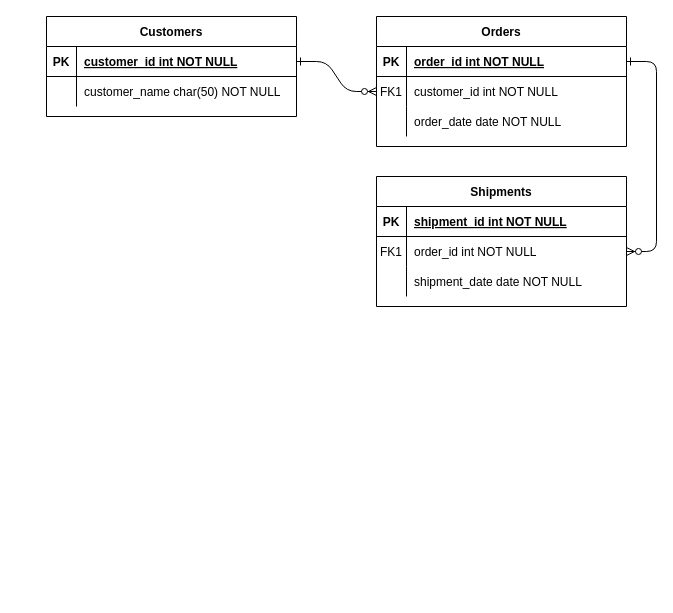
Above: Untitled Diagram.drawio in girlsgotech/JOBPLUS_PROJECT (draw.io), before the change. Source tidied: cells renumbered, new cells numbered last; positions are measured from the earlier drawing's top-left corner, leaving out a move shared by most shapes. Both pictures are drawn from the tidied source at 100%, with x=0, y=0 at pixel (46, 16).
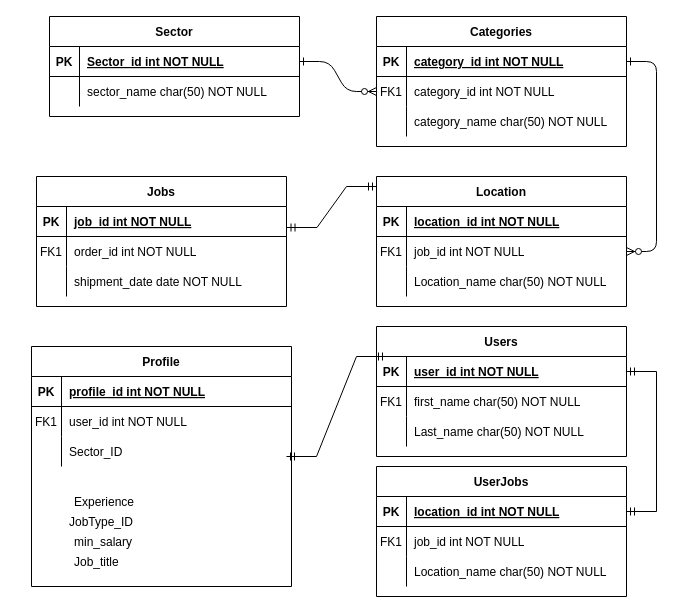
After the change.

The change refers to these unchanged cells:
```xml
<mxCell id="5" style="shape=partialRectangle;fillColor=none;points=[[0,0.5],[1,0.5]];portConstraint=eastwest;top=0;left=0;right=0;bottom=1;" parent="4" vertex="1">
  <mxGeometry y="30" width="250" height="30" as="geometry" />
</mxCell>
<mxCell id="8" style="shape=partialRectangle;fillColor=none;points=[[0,0.5],[1,0.5]];portConstraint=eastwest;top=0;left=0;right=0;bottom=0;" parent="4" vertex="1">
  <mxGeometry y="60" width="250" height="30" as="geometry" />
</mxCell>
<mxCell id="11" style="shape=partialRectangle;fillColor=none;top=0;left=0;right=0;bottom=0;" parent="4" vertex="1">
  <mxGeometry y="90" width="250" height="30" as="geometry" />
</mxCell>
<mxCell id="15" style="shape=partialRectangle;fillColor=none;top=0;left=0;right=0;bottom=1;" parent="14" vertex="1">
  <mxGeometry y="30" width="250" height="30" as="geometry" />
</mxCell>
<mxCell id="18" style="shape=partialRectangle;fillColor=none;points=[[0,0.5],[1,0.5]];portConstraint=eastwest;top=0;left=0;right=0;bottom=0;" parent="14" vertex="1">
  <mxGeometry y="60" width="250" height="30" as="geometry" />
</mxCell>
<mxCell id="21" style="shape=partialRectangle;fillColor=none;top=0;left=0;right=0;bottom=0;" parent="14" vertex="1">
  <mxGeometry y="90" width="250" height="30" as="geometry" />
</mxCell>
<mxCell id="25" style="shape=partialRectangle;fillColor=none;points=[[0,0.5],[1,0.5]];portConstraint=eastwest;top=0;left=0;right=0;bottom=1;" parent="24" vertex="1">
  <mxGeometry y="30" width="250" height="30" as="geometry" />
</mxCell>
<mxCell id="28" style="shape=partialRectangle;fillColor=none;top=0;left=0;right=0;bottom=0;" parent="24" vertex="1">
  <mxGeometry y="60" width="250" height="30" as="geometry" />
</mxCell>
```

Diff of the diagram source:
```diff
@@
-    <mxCell id="4" value="Orders" style="shape=table;startSize=30;childLayout=tableLayout;rowLines=0;fontStyle=1;align=center;" parent="1" vertex="1">
+    <mxCell id="4" value="Categories" style="shape=table;startSize=30;childLayout=tableLayout;rowLines=0;fontStyle=1;align=center;" parent="1" vertex="1">
       <mxGeometry x="330" width="250" height="130" as="geometry" />
     </mxCell>
@@
-    <mxCell id="7" value="order_id int NOT NULL " style="shape=partialRectangle;overflow=hidden;fillColor=none;top=0;left=0;bottom=0;right=0;align=left;spacingLeft=6;fontStyle=5;" parent="5" vertex="1">
+    <mxCell id="7" value="category_id int NOT NULL " style="shape=partialRectangle;overflow=hidden;fillColor=none;top=0;left=0;bottom=0;right=0;align=left;spacingLeft=6;fontStyle=5;" parent="5" vertex="1">
       <mxGeometry x="30" width="220" height="30" as="geometry" />
     </mxCell>
@@
-    <mxCell id="10" value="customer_id int NOT NULL" style="shape=partialRectangle;overflow=hidden;fillColor=none;top=0;left=0;bottom=0;right=0;align=left;spacingLeft=6;" parent="8" vertex="1">
+    <mxCell id="10" value="category_id int NOT NULL" style="shape=partialRectangle;overflow=hidden;fillColor=none;top=0;left=0;bottom=0;right=0;align=left;spacingLeft=6;" parent="8" vertex="1">
       <mxGeometry x="30" width="220" height="30" as="geometry" />
     </mxCell>
@@
-    <mxCell id="13" value="order_date date NOT NULL" style="shape=partialRectangle;overflow=hidden;fillColor=none;top=0;left=0;bottom=0;right=0;align=left;spacingLeft=6;" parent="11" vertex="1">
+    <mxCell id="13" value="category_name char(50) NOT NULL" style="shape=partialRectangle;overflow=hidden;fillColor=none;top=0;left=0;bottom=0;right=0;align=left;spacingLeft=6;" parent="11" vertex="1">
       <mxGeometry x="30" width="220" height="30" as="geometry" />
     </mxCell>
-    <mxCell id="14" value="Shipments" style="shape=table;startSize=30;childLayout=tableLayout;rowLines=0;fontStyle=1;align=center;" parent="1" vertex="1">
+    <mxCell id="14" value="Location" style="shape=table;startSize=30;childLayout=tableLayout;rowLines=0;fontStyle=1;align=center;" parent="1" vertex="1">
       <mxGeometry x="330" y="160" width="250" height="130" as="geometry" />
     </mxCell>
@@
-    <mxCell id="17" value="shipment_id int NOT NULL " style="shape=partialRectangle;overflow=hidden;fillColor=none;top=0;left=0;bottom=0;right=0;align=left;spacingLeft=6;fontStyle=5;" parent="15" vertex="1">
+    <mxCell id="17" value="location_id int NOT NULL " style="shape=partialRectangle;overflow=hidden;fillColor=none;top=0;left=0;bottom=0;right=0;align=left;spacingLeft=6;fontStyle=5;" parent="15" vertex="1">
       <mxGeometry x="30" width="220" height="30" as="geometry" />
     </mxCell>
@@
-    <mxCell id="20" value="order_id int NOT NULL" style="shape=partialRectangle;overflow=hidden;fillColor=none;top=0;left=0;bottom=0;right=0;align=left;spacingLeft=6;" parent="18" vertex="1">
+    <mxCell id="20" value="job_id int NOT NULL" style="shape=partialRectangle;overflow=hidden;fillColor=none;top=0;left=0;bottom=0;right=0;align=left;spacingLeft=6;" parent="18" vertex="1">
       <mxGeometry x="30" width="220" height="30" as="geometry" />
     </mxCell>
@@
-    <mxCell id="23" value="shipment_date date NOT NULL" style="shape=partialRectangle;overflow=hidden;fillColor=none;top=0;left=0;bottom=0;right=0;align=left;spacingLeft=6;" parent="21" vertex="1">
+    <mxCell id="23" value="Location_name char(50) NOT NULL" style="shape=partialRectangle;overflow=hidden;fillColor=none;top=0;left=0;bottom=0;right=0;align=left;spacingLeft=6;" parent="21" vertex="1">
       <mxGeometry x="30" width="220" height="30" as="geometry" />
     </mxCell>
-    <mxCell id="24" value="Customers" style="shape=table;startSize=30;childLayout=tableLayout;rowLines=0;fontStyle=1;align=center;" parent="1" vertex="1">
-      <mxGeometry width="250" height="100" as="geometry" />
+    <mxCell id="24" value="Sector" style="shape=table;startSize=30;childLayout=tableLayout;rowLines=0;fontStyle=1;align=center;" parent="1" vertex="1">
+      <mxGeometry x="3" width="250" height="100" as="geometry" />
     </mxCell>
@@
-    <mxCell id="27" value="customer_id int NOT NULL " style="shape=partialRectangle;overflow=hidden;fillColor=none;top=0;left=0;bottom=0;right=0;align=left;spacingLeft=6;fontStyle=5;" parent="25" vertex="1">
+    <mxCell id="27" value="Sector_id int NOT NULL " style="shape=partialRectangle;overflow=hidden;fillColor=none;top=0;left=0;bottom=0;right=0;align=left;spacingLeft=6;fontStyle=5;" parent="25" vertex="1">
       <mxGeometry x="30" width="220" height="30" as="geometry" />
     </mxCell>
@@
-    <mxCell id="30" value="customer_name char(50) NOT NULL" style="shape=partialRectangle;overflow=hidden;fillColor=none;top=0;left=0;bottom=0;right=0;align=left;spacingLeft=6;" parent="28" vertex="1">
+    <mxCell id="30" value="sector_name char(50) NOT NULL" style="shape=partialRectangle;overflow=hidden;fillColor=none;top=0;left=0;bottom=0;right=0;align=left;spacingLeft=6;" parent="28" vertex="1">
       <mxGeometry x="30" width="220" height="30" as="geometry" />
     </mxCell>
+    <mxCell id="31" value="Jobs" style="shape=table;startSize=30;childLayout=tableLayout;rowLines=0;fontStyle=1;align=center;" parent="1" vertex="1">
+      <mxGeometry x="-10" y="160" width="250" height="130" as="geometry" />
+    </mxCell>
+    <mxCell id="32" style="shape=partialRectangle;fillColor=none;points=[[0,0.5],[1,0.5]];portConstraint=eastwest;top=0;left=0;right=0;bottom=1;" parent="31" vertex="1">
+      <mxGeometry y="30" width="250" height="30" as="geometry" />
+    </mxCell>
+    <mxCell id="33" value="PK" style="shape=partialRectangle;overflow=hidden;fillColor=none;top=0;left=0;bottom=0;right=0;fontStyle=1;" parent="32" vertex="1">
+      <mxGeometry width="30" height="30" as="geometry" />
+    </mxCell>
+    <mxCell id="34" value="job_id int NOT NULL " style="shape=partialRectangle;overflow=hidden;fillColor=none;top=0;left=0;bottom=0;right=0;align=left;spacingLeft=6;fontStyle=5;" parent="32" vertex="1">
+      <mxGeometry x="30" width="220" height="30" as="geometry" />
+    </mxCell>
+    <mxCell id="35" style="shape=partialRectangle;fillColor=none;top=0;left=0;right=0;bottom=0;" parent="31" vertex="1">
+      <mxGeometry y="60" width="250" height="30" as="geometry" />
+    </mxCell>
+    <mxCell id="36" value="FK1" style="shape=partialRectangle;overflow=hidden;fillColor=none;top=0;left=0;bottom=0;right=0;" parent="35" vertex="1">
+      <mxGeometry width="30" height="30" as="geometry" />
+    </mxCell>
+    <mxCell id="37" value="order_id int NOT NULL" style="shape=partialRectangle;overflow=hidden;fillColor=none;top=0;left=0;bottom=0;right=0;align=left;spacingLeft=6;" parent="35" vertex="1">
+      <mxGeometry x="30" width="220" height="30" as="geometry" />
+    </mxCell>
+    <mxCell id="38" style="shape=partialRectangle;fillColor=none;top=0;left=0;right=0;bottom=0;" parent="31" vertex="1">
+      <mxGeometry y="90" width="250" height="30" as="geometry" />
+    </mxCell>
+    <mxCell id="39" style="shape=partialRectangle;overflow=hidden;fillColor=none;top=0;left=0;bottom=0;right=0;" parent="38" vertex="1">
+      <mxGeometry width="30" height="30" as="geometry" />
+    </mxCell>
+    <mxCell id="40" value="shipment_date date NOT NULL" style="shape=partialRectangle;overflow=hidden;fillColor=none;top=0;left=0;bottom=0;right=0;align=left;spacingLeft=6;" parent="38" vertex="1">
+      <mxGeometry x="30" width="220" height="30" as="geometry" />
+    </mxCell>
+    <mxCell id="41" value="Profile" style="shape=table;startSize=30;childLayout=tableLayout;rowLines=0;fontStyle=1;align=center;" parent="1" vertex="1">
+      <mxGeometry x="-15" y="330" width="260" height="240" as="geometry" />
+    </mxCell>
+    <mxCell id="42" style="shape=partialRectangle;fillColor=none;top=0;left=0;right=0;bottom=1;" parent="41" vertex="1">
+      <mxGeometry y="30" width="260" height="30" as="geometry" />
+    </mxCell>
+    <mxCell id="43" value="PK" style="shape=partialRectangle;overflow=hidden;fillColor=none;top=0;left=0;bottom=0;right=0;fontStyle=1;" parent="42" vertex="1">
+      <mxGeometry width="30" height="30" as="geometry" />
+    </mxCell>
+    <mxCell id="44" value="profile_id int NOT NULL " style="shape=partialRectangle;overflow=hidden;fillColor=none;top=0;left=0;bottom=0;right=0;align=left;spacingLeft=6;fontStyle=5;" parent="42" vertex="1">
+      <mxGeometry x="30" width="230" height="30" as="geometry" />
+    </mxCell>
+    <mxCell id="45" style="shape=partialRectangle;fillColor=none;top=0;left=0;right=0;bottom=0;" parent="41" vertex="1">
+      <mxGeometry y="60" width="260" height="30" as="geometry" />
+    </mxCell>
+    <mxCell id="46" value="FK1" style="shape=partialRectangle;overflow=hidden;fillColor=none;top=0;left=0;bottom=0;right=0;" parent="45" vertex="1">
+      <mxGeometry width="30" height="30" as="geometry" />
+    </mxCell>
+    <mxCell id="47" value="user_id int NOT NULL" style="shape=partialRectangle;overflow=hidden;fillColor=none;top=0;left=0;bottom=0;right=0;align=left;spacingLeft=6;" parent="45" vertex="1">
+      <mxGeometry x="30" width="230" height="30" as="geometry" />
+    </mxCell>
+    <mxCell id="48" style="shape=partialRectangle;fillColor=none;top=0;left=0;right=0;bottom=0;" parent="41" vertex="1">
+      <mxGeometry y="90" width="260" height="30" as="geometry" />
+    </mxCell>
+    <mxCell id="49" style="shape=partialRectangle;overflow=hidden;fillColor=none;top=0;left=0;bottom=0;right=0;" parent="48" vertex="1">
+      <mxGeometry width="30" height="30" as="geometry" />
+    </mxCell>
+    <mxCell id="50" value="Sector_ID" style="shape=partialRectangle;overflow=hidden;fillColor=none;top=0;left=0;bottom=0;right=0;align=left;spacingLeft=6;" parent="48" vertex="1">
+      <mxGeometry x="30" width="230" height="30" as="geometry" />
+    </mxCell>
+    <mxCell id="51" style="shape=partialRectangle;fillColor=none;top=0;left=0;right=0;bottom=0;" parent="1" vertex="1">
+      <mxGeometry x="-10" y="470" width="260" height="30" as="geometry" />
+    </mxCell>
+    <mxCell id="52" style="shape=partialRectangle;overflow=hidden;fillColor=none;top=0;left=0;bottom=0;right=0;" parent="51" vertex="1">
+      <mxGeometry width="30" height="30" as="geometry" />
+    </mxCell>
+    <mxCell id="53" value="Experience" style="shape=partialRectangle;overflow=hidden;fillColor=none;top=0;left=0;bottom=0;right=0;align=left;spacingLeft=6;" parent="51" vertex="1">
+      <mxGeometry x="30" width="230" height="30" as="geometry" />
+    </mxCell>
+    <mxCell id="54" value="JobType_ID" style="shape=partialRectangle;fillColor=none;top=0;left=0;right=0;bottom=0;" parent="1" vertex="1">
+      <mxGeometry x="-30" y="490" width="170" height="30" as="geometry" />
+    </mxCell>
+    <mxCell id="55" style="shape=partialRectangle;overflow=hidden;fillColor=none;top=0;left=0;bottom=0;right=0;" parent="54" vertex="1">
+      <mxGeometry width="19.6" height="30" as="geometry" />
+    </mxCell>
+    <mxCell id="56" value="min_salary" style="shape=partialRectangle;overflow=hidden;fillColor=none;top=0;left=0;bottom=0;right=0;align=left;spacingLeft=6;" parent="1" vertex="1">
+      <mxGeometry x="20" y="510" width="230" height="30" as="geometry" />
+    </mxCell>
+    <mxCell id="57" style="shape=partialRectangle;fillColor=none;top=0;left=0;right=0;bottom=0;" parent="1" vertex="1">
+      <mxGeometry x="-10" y="530" width="260" height="30" as="geometry" />
+    </mxCell>
+    <mxCell id="58" style="shape=partialRectangle;overflow=hidden;fillColor=none;top=0;left=0;bottom=0;right=0;" parent="57" vertex="1">
+      <mxGeometry width="30" height="30" as="geometry" />
+    </mxCell>
+    <mxCell id="59" value="Job_title" style="shape=partialRectangle;overflow=hidden;fillColor=none;top=0;left=0;bottom=0;right=0;align=left;spacingLeft=6;" parent="57" vertex="1">
+      <mxGeometry x="30" width="230" height="30" as="geometry" />
+    </mxCell>
+    <mxCell id="60" value="Users" style="shape=table;startSize=30;childLayout=tableLayout;rowLines=0;fontStyle=1;align=center;" parent="1" vertex="1">
+      <mxGeometry x="330" y="310" width="250" height="130" as="geometry" />
+    </mxCell>
+    <mxCell id="61" style="shape=partialRectangle;fillColor=none;points=[[0,0.5],[1,0.5]];portConstraint=eastwest;top=0;left=0;right=0;bottom=1;" parent="60" vertex="1">
+      <mxGeometry y="30" width="250" height="30" as="geometry" />
+    </mxCell>
+    <mxCell id="62" value="PK" style="shape=partialRectangle;overflow=hidden;fillColor=none;top=0;left=0;bottom=0;right=0;fontStyle=1;" parent="61" vertex="1">
+      <mxGeometry width="30" height="30" as="geometry" />
+    </mxCell>
+    <mxCell id="63" value="user_id int NOT NULL " style="shape=partialRectangle;overflow=hidden;fillColor=none;top=0;left=0;bottom=0;right=0;align=left;spacingLeft=6;fontStyle=5;" parent="61" vertex="1">
+      <mxGeometry x="30" width="220" height="30" as="geometry" />
+    </mxCell>
+    <mxCell id="64" style="shape=partialRectangle;fillColor=none;top=0;left=0;right=0;bottom=0;" parent="60" vertex="1">
+      <mxGeometry y="60" width="250" height="30" as="geometry" />
+    </mxCell>
+    <mxCell id="65" value="FK1" style="shape=partialRectangle;overflow=hidden;fillColor=none;top=0;left=0;bottom=0;right=0;" parent="64" vertex="1">
+      <mxGeometry width="30" height="30" as="geometry" />
+    </mxCell>
+    <mxCell id="66" value="first_name char(50) NOT NULL" style="shape=partialRectangle;overflow=hidden;fillColor=none;top=0;left=0;bottom=0;right=0;align=left;spacingLeft=6;" parent="64" vertex="1">
+      <mxGeometry x="30" width="220" height="30" as="geometry" />
+    </mxCell>
+    <mxCell id="67" style="shape=partialRectangle;fillColor=none;top=0;left=0;right=0;bottom=0;" parent="60" vertex="1">
+      <mxGeometry y="90" width="250" height="30" as="geometry" />
+    </mxCell>
+    <mxCell id="68" style="shape=partialRectangle;overflow=hidden;fillColor=none;top=0;left=0;bottom=0;right=0;" parent="67" vertex="1">
+      <mxGeometry width="30" height="30" as="geometry" />
+    </mxCell>
+    <mxCell id="69" value="Last_name char(50) NOT NULL" style="shape=partialRectangle;overflow=hidden;fillColor=none;top=0;left=0;bottom=0;right=0;align=left;spacingLeft=6;" parent="67" vertex="1">
+      <mxGeometry x="30" width="220" height="30" as="geometry" />
+    </mxCell>
+    <mxCell id="70" value="UserJobs" style="shape=table;startSize=30;childLayout=tableLayout;rowLines=0;fontStyle=1;align=center;" parent="1" vertex="1">
+      <mxGeometry x="330" y="450" width="250" height="130" as="geometry" />
+    </mxCell>
+    <mxCell id="71" style="shape=partialRectangle;fillColor=none;points=[[0,0.5],[1,0.5]];portConstraint=eastwest;top=0;left=0;right=0;bottom=1;" parent="70" vertex="1">
+      <mxGeometry y="30" width="250" height="30" as="geometry" />
+    </mxCell>
+    <mxCell id="72" value="PK" style="shape=partialRectangle;overflow=hidden;fillColor=none;top=0;left=0;bottom=0;right=0;fontStyle=1;" parent="71" vertex="1">
+      <mxGeometry width="30" height="30" as="geometry" />
+    </mxCell>
+    <mxCell id="73" value="location_id int NOT NULL " style="shape=partialRectangle;overflow=hidden;fillColor=none;top=0;left=0;bottom=0;right=0;align=left;spacingLeft=6;fontStyle=5;" parent="71" vertex="1">
+      <mxGeometry x="30" width="220" height="30" as="geometry" />
+    </mxCell>
+    <mxCell id="74" style="shape=partialRectangle;fillColor=none;top=0;left=0;right=0;bottom=0;" parent="70" vertex="1">
+      <mxGeometry y="60" width="250" height="30" as="geometry" />
+    </mxCell>
+    <mxCell id="75" value="FK1" style="shape=partialRectangle;overflow=hidden;fillColor=none;top=0;left=0;bottom=0;right=0;" parent="74" vertex="1">
+      <mxGeometry width="30" height="30" as="geometry" />
+    </mxCell>
+    <mxCell id="76" value="job_id int NOT NULL" style="shape=partialRectangle;overflow=hidden;fillColor=none;top=0;left=0;bottom=0;right=0;align=left;spacingLeft=6;" parent="74" vertex="1">
+      <mxGeometry x="30" width="220" height="30" as="geometry" />
+    </mxCell>
+    <mxCell id="77" style="shape=partialRectangle;fillColor=none;top=0;left=0;right=0;bottom=0;" parent="70" vertex="1">
+      <mxGeometry y="90" width="250" height="30" as="geometry" />
+    </mxCell>
+    <mxCell id="78" style="shape=partialRectangle;overflow=hidden;fillColor=none;top=0;left=0;bottom=0;right=0;" parent="77" vertex="1">
+      <mxGeometry width="30" height="30" as="geometry" />
+    </mxCell>
+    <mxCell id="79" value="Location_name char(50) NOT NULL" style="shape=partialRectangle;overflow=hidden;fillColor=none;top=0;left=0;bottom=0;right=0;align=left;spacingLeft=6;" parent="77" vertex="1">
+      <mxGeometry x="30" width="220" height="30" as="geometry" />
+    </mxCell>
+    <mxCell id="80" style="edgeStyle=entityRelationEdgeStyle;fontSize=12;html=1;endArrow=ERmandOne;startArrow=ERmandOne;rounded=0;exitX=1;exitY=0.5;exitDx=0;exitDy=0;entryX=1;entryY=0.5;entryDx=0;entryDy=0;" parent="1" edge="1" source="71" target="61">
+      <mxGeometry relative="1" as="geometry">
+        <Array as="points">
+          <mxPoint x="790" y="490" />
+          <mxPoint x="770" y="355" />
+          <mxPoint x="660" y="410" />
+          <mxPoint x="730" y="430" />
+          <mxPoint x="720" y="390" />
+          <mxPoint x="700" y="520" />
+          <mxPoint x="670" y="520" />
+          <mxPoint x="720" y="430" />
+        </Array>
+      </mxGeometry>
+    </mxCell>
+    <mxCell id="81" style="edgeStyle=entityRelationEdgeStyle;fontSize=12;html=1;endArrow=ERmandOne;startArrow=ERmandOne;rounded=0;" parent="1" edge="1">
+      <mxGeometry relative="1" as="geometry">
+        <mxPoint x="240" y="440" as="sourcePoint" />
+        <mxPoint x="340" y="340" as="targetPoint" />
+      </mxGeometry>
+    </mxCell>
+    <mxCell id="82" style="edgeStyle=entityRelationEdgeStyle;fontSize=12;html=1;endArrow=ERmandOne;startArrow=ERmandOne;rounded=0;exitX=1.002;exitY=0.7;exitDx=0;exitDy=0;exitPerimeter=0;" parent="1" edge="1" source="32">
+      <mxGeometry relative="1" as="geometry">
+        <mxPoint x="330" y="170" as="targetPoint" />
+      </mxGeometry>
+    </mxCell>
```
